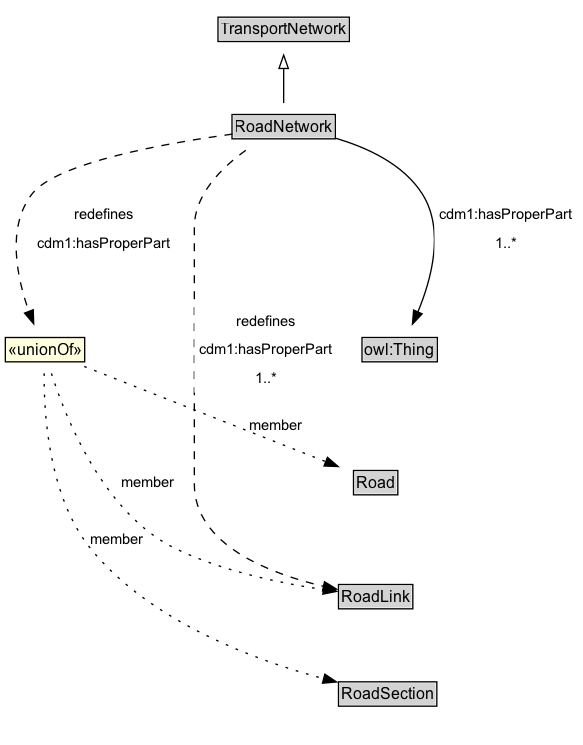
This is docs/diagrams/RoadNetwork.dot.png from ISO-TC204/ontology-cdm-p3-v1, a Graphviz export, as it was before one commit. Its source is kept beside it as docs/diagrams/RoadNetwork.dot. Source of this version:
```dot
digraph {
	graph [overlap=false rankdir=TB splines=true]
	node [fontname=Arial fontsize=12 margin=0 shape=none]
	edge [fontname=Arial fontsize=11]
	{
		rank=source
		TransportNetwork [label=<<TABLE BORDER="1" CELLBORDER="0" CELLSPACING="0" CELLPADDING="1"><TR><TD BGCOLOR="lightgray" ALIGN="CENTER">TransportNetwork</TD></TR></TABLE>> URL="../TransportNetwork" margin=0]
	}
	RoadNetwork [label=<<TABLE BORDER="1" CELLBORDER="0" CELLSPACING="0" CELLPADDING="1"><TR><TD BGCOLOR="lightgray" ALIGN="CENTER">RoadNetwork</TD></TR></TABLE>> URL="../RoadNetwork" margin=0]
	{
		rank=max
	}
	subgraph cluster_associated {
		label="" style=invis
		Invis [label=<<TABLE BORDER="0" CELLBORDER="0" CELLSPACING="0" CELLPADDING="1"><TR><TD></TD></TR></TABLE>> margin=0 style=invis]
		owl_Thing [label=<<TABLE BORDER="1" CELLBORDER="0" CELLSPACING="0" CELLPADDING="1"><TR><TD BGCOLOR="lightgray" ALIGN="CENTER">owl:Thing</TD></TR></TABLE>> URL="https://w3id.org/citydata/imported/owl/latest/Thing" margin=0]
		Road [label=<<TABLE BORDER="1" CELLBORDER="0" CELLSPACING="0" CELLPADDING="1"><TR><TD BGCOLOR="lightgray" ALIGN="CENTER">Road</TD></TR></TABLE>> URL="../Road" margin=0]
		RoadLink [label=<<TABLE BORDER="1" CELLBORDER="0" CELLSPACING="0" CELLPADDING="1"><TR><TD BGCOLOR="lightgray" ALIGN="CENTER">RoadLink</TD></TR></TABLE>> URL="../RoadLink" margin=0]
		RoadSection [label=<<TABLE BORDER="1" CELLBORDER="0" CELLSPACING="0" CELLPADDING="1"><TR><TD BGCOLOR="lightgray" ALIGN="CENTER">RoadSection</TD></TR></TABLE>> URL="../RoadSection" margin=0]
	}
	RoadNetwork -> TransportNetwork [arrowhead=onormal style=solid]
	RoadNetwork -> Invis [style=invis]
	Invis -> owl_Thing [style=invis]
	owl_Thing -> Road [style=invis]
	Road -> RoadLink [style=invis]
	RoadLink -> RoadSection [style=invis]
	neeae970be7f1404abb59572b2a28fc09b25 [label=<<TABLE BORDER="1" CELLBORDER="0" CELLSPACING="0" CELLPADDING="1" BGCOLOR="lightyellow"><TR><TD ALIGN="CENTER">«unionOf»</TD></TR></TABLE>> margin=0]
	Road [label=<<TABLE BORDER="1" CELLBORDER="0" CELLSPACING="0" CELLPADDING="1"><TR><TD BGCOLOR="lightgray" ALIGN="CENTER">Road</TD></TR></TABLE>> URL="../Road" margin=0]
	neeae970be7f1404abb59572b2a28fc09b25 -> Road [label=member arrowhead=normal style=dotted]
	RoadLink [label=<<TABLE BORDER="1" CELLBORDER="0" CELLSPACING="0" CELLPADDING="1"><TR><TD BGCOLOR="lightgray" ALIGN="CENTER">RoadLink</TD></TR></TABLE>> URL="../RoadLink" margin=0]
	neeae970be7f1404abb59572b2a28fc09b25 -> RoadLink [label=member arrowhead=normal style=dotted]
	RoadSection [label=<<TABLE BORDER="1" CELLBORDER="0" CELLSPACING="0" CELLPADDING="1"><TR><TD BGCOLOR="lightgray" ALIGN="CENTER">RoadSection</TD></TR></TABLE>> URL="../RoadSection" margin=0]
	neeae970be7f1404abb59572b2a28fc09b25 -> RoadSection [label=member arrowhead=normal style=dotted]
	RoadNetwork -> neeae970be7f1404abb59572b2a28fc09b25 [label=<<TABLE BORDER="0" CELLBORDER="0" CELLSPACING="0" CELLPADDING="4" BGCOLOR="white"><TR><TD ALIGN="CENTER">redefines</TD></TR><TR><TD ALIGN="CENTER">cdm1:hasProperPart</TD></TR></TABLE>> arrowhead=normal style=dashed]
	RoadNetwork -> RoadLink [label=<<TABLE BORDER="0" CELLBORDER="0" CELLSPACING="0" CELLPADDING="4" BGCOLOR="white"><TR><TD ALIGN="CENTER">redefines</TD></TR><TR><TD ALIGN="CENTER">cdm1:hasProperPart</TD></TR><TR><TD ALIGN="CENTER">1..*</TD></TR></TABLE>> arrowhead=normal style=dashed]
	owl_Thing [label=<<TABLE BORDER="1" CELLBORDER="0" CELLSPACING="0" CELLPADDING="1"><TR><TD BGCOLOR="lightgray" ALIGN="CENTER">owl:Thing</TD></TR></TABLE>> URL="https://w3id.org/citydata/imported/owl/latest/Thing" margin=0]
	RoadNetwork -> owl_Thing [label=<<TABLE BORDER="0" CELLBORDER="0" CELLSPACING="0" CELLPADDING="4" BGCOLOR="white"><TR><TD ALIGN="CENTER">cdm1:hasProperPart</TD></TR><TR><TD ALIGN="CENTER">1..*</TD></TR></TABLE>> arrowhead=normal style=solid]
}
```
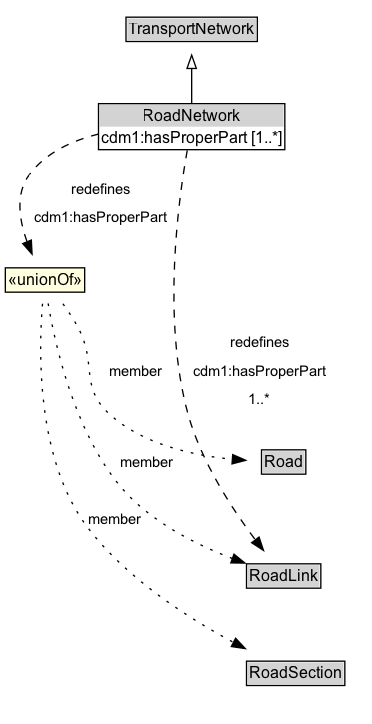
After the change.

What changed in the source:
```diff
@@ -6,33 +6,29 @@
 		rank=source
 		TransportNetwork [label=<<TABLE BORDER="1" CELLBORDER="0" CELLSPACING="0" CELLPADDING="1"><TR><TD BGCOLOR="lightgray" ALIGN="CENTER">TransportNetwork</TD></TR></TABLE>> URL="../TransportNetwork" margin=0]
 	}
-	RoadNetwork [label=<<TABLE BORDER="1" CELLBORDER="0" CELLSPACING="0" CELLPADDING="1"><TR><TD BGCOLOR="lightgray" ALIGN="CENTER">RoadNetwork</TD></TR></TABLE>> URL="../RoadNetwork" margin=0]
+	RoadNetwork [label=<<TABLE BORDER="1" CELLBORDER="0" CELLSPACING="0" CELLPADDING="1"><TR><TD BGCOLOR="lightgray" ALIGN="CENTER">RoadNetwork</TD></TR><TR><TD ALIGN="LEFT">cdm1:hasProperPart [1..*]</TD></TR></TABLE>> URL="../RoadNetwork" margin=0]
 	{
 		rank=max
 	}
 	subgraph cluster_associated {
 		label="" style=invis
 		Invis [label=<<TABLE BORDER="0" CELLBORDER="0" CELLSPACING="0" CELLPADDING="1"><TR><TD></TD></TR></TABLE>> margin=0 style=invis]
-		owl_Thing [label=<<TABLE BORDER="1" CELLBORDER="0" CELLSPACING="0" CELLPADDING="1"><TR><TD BGCOLOR="lightgray" ALIGN="CENTER">owl:Thing</TD></TR></TABLE>> URL="https://w3id.org/citydata/imported/owl/latest/Thing" margin=0]
 		Road [label=<<TABLE BORDER="1" CELLBORDER="0" CELLSPACING="0" CELLPADDING="1"><TR><TD BGCOLOR="lightgray" ALIGN="CENTER">Road</TD></TR></TABLE>> URL="../Road" margin=0]
 		RoadLink [label=<<TABLE BORDER="1" CELLBORDER="0" CELLSPACING="0" CELLPADDING="1"><TR><TD BGCOLOR="lightgray" ALIGN="CENTER">RoadLink</TD></TR></TABLE>> URL="../RoadLink" margin=0]
 		RoadSection [label=<<TABLE BORDER="1" CELLBORDER="0" CELLSPACING="0" CELLPADDING="1"><TR><TD BGCOLOR="lightgray" ALIGN="CENTER">RoadSection</TD></TR></TABLE>> URL="../RoadSection" margin=0]
 	}
 	RoadNetwork -> TransportNetwork [arrowhead=onormal style=solid]
 	RoadNetwork -> Invis [style=invis]
-	Invis -> owl_Thing [style=invis]
-	owl_Thing -> Road [style=invis]
+	Invis -> Road [style=invis]
 	Road -> RoadLink [style=invis]
 	RoadLink -> RoadSection [style=invis]
-	neeae970be7f1404abb59572b2a28fc09b25 [label=<<TABLE BORDER="1" CELLBORDER="0" CELLSPACING="0" CELLPADDING="1" BGCOLOR="lightyellow"><TR><TD ALIGN="CENTER">«unionOf»</TD></TR></TABLE>> margin=0]
+	nf9bf95ca936a48ed91a85f16e3ee047ab25 [label=<<TABLE BORDER="1" CELLBORDER="0" CELLSPACING="0" CELLPADDING="1" BGCOLOR="lightyellow"><TR><TD ALIGN="CENTER">«unionOf»</TD></TR></TABLE>> margin=0]
 	Road [label=<<TABLE BORDER="1" CELLBORDER="0" CELLSPACING="0" CELLPADDING="1"><TR><TD BGCOLOR="lightgray" ALIGN="CENTER">Road</TD></TR></TABLE>> URL="../Road" margin=0]
-	neeae970be7f1404abb59572b2a28fc09b25 -> Road [label=member arrowhead=normal style=dotted]
+	nf9bf95ca936a48ed91a85f16e3ee047ab25 -> Road [label=member arrowhead=normal style=dotted]
 	RoadLink [label=<<TABLE BORDER="1" CELLBORDER="0" CELLSPACING="0" CELLPADDING="1"><TR><TD BGCOLOR="lightgray" ALIGN="CENTER">RoadLink</TD></TR></TABLE>> URL="../RoadLink" margin=0]
-	neeae970be7f1404abb59572b2a28fc09b25 -> RoadLink [label=member arrowhead=normal style=dotted]
+	nf9bf95ca936a48ed91a85f16e3ee047ab25 -> RoadLink [label=member arrowhead=normal style=dotted]
 	RoadSection [label=<<TABLE BORDER="1" CELLBORDER="0" CELLSPACING="0" CELLPADDING="1"><TR><TD BGCOLOR="lightgray" ALIGN="CENTER">RoadSection</TD></TR></TABLE>> URL="../RoadSection" margin=0]
-	neeae970be7f1404abb59572b2a28fc09b25 -> RoadSection [label=member arrowhead=normal style=dotted]
-	RoadNetwork -> neeae970be7f1404abb59572b2a28fc09b25 [label=<<TABLE BORDER="0" CELLBORDER="0" CELLSPACING="0" CELLPADDING="4" BGCOLOR="white"><TR><TD ALIGN="CENTER">redefines</TD></TR><TR><TD ALIGN="CENTER">cdm1:hasProperPart</TD></TR></TABLE>> arrowhead=normal style=dashed]
+	nf9bf95ca936a48ed91a85f16e3ee047ab25 -> RoadSection [label=member arrowhead=normal style=dotted]
+	RoadNetwork -> nf9bf95ca936a48ed91a85f16e3ee047ab25 [label=<<TABLE BORDER="0" CELLBORDER="0" CELLSPACING="0" CELLPADDING="4" BGCOLOR="white"><TR><TD ALIGN="CENTER">redefines</TD></TR><TR><TD ALIGN="CENTER">cdm1:hasProperPart</TD></TR></TABLE>> arrowhead=normal style=dashed]
 	RoadNetwork -> RoadLink [label=<<TABLE BORDER="0" CELLBORDER="0" CELLSPACING="0" CELLPADDING="4" BGCOLOR="white"><TR><TD ALIGN="CENTER">redefines</TD></TR><TR><TD ALIGN="CENTER">cdm1:hasProperPart</TD></TR><TR><TD ALIGN="CENTER">1..*</TD></TR></TABLE>> arrowhead=normal style=dashed]
-	owl_Thing [label=<<TABLE BORDER="1" CELLBORDER="0" CELLSPACING="0" CELLPADDING="1"><TR><TD BGCOLOR="lightgray" ALIGN="CENTER">owl:Thing</TD></TR></TABLE>> URL="https://w3id.org/citydata/imported/owl/latest/Thing" margin=0]
-	RoadNetwork -> owl_Thing [label=<<TABLE BORDER="0" CELLBORDER="0" CELLSPACING="0" CELLPADDING="4" BGCOLOR="white"><TR><TD ALIGN="CENTER">cdm1:hasProperPart</TD></TR><TR><TD ALIGN="CENTER">1..*</TD></TR></TABLE>> arrowhead=normal style=solid]
 }
```
